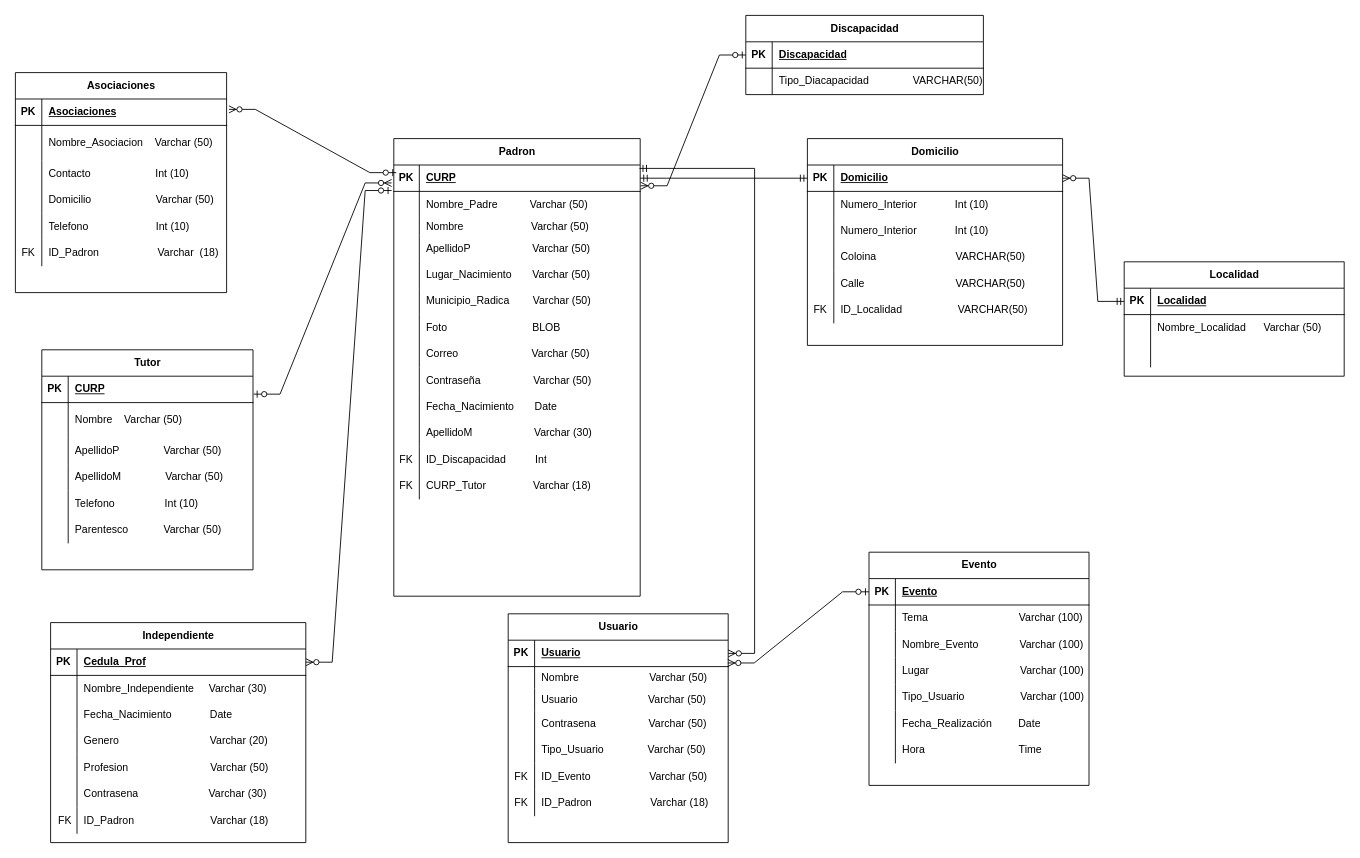
Earlier version of the draw.io diagram Relacional.drawio (OSCARCH2002/diagramas). Source tidied: cells renumbered, new cells numbered last; positions are measured from the earlier drawing's top-left corner, leaving out a move shared by most shapes. Both pictures are drawn from the tidied source at 88%, with x=0, y=0 at pixel (15, 15).
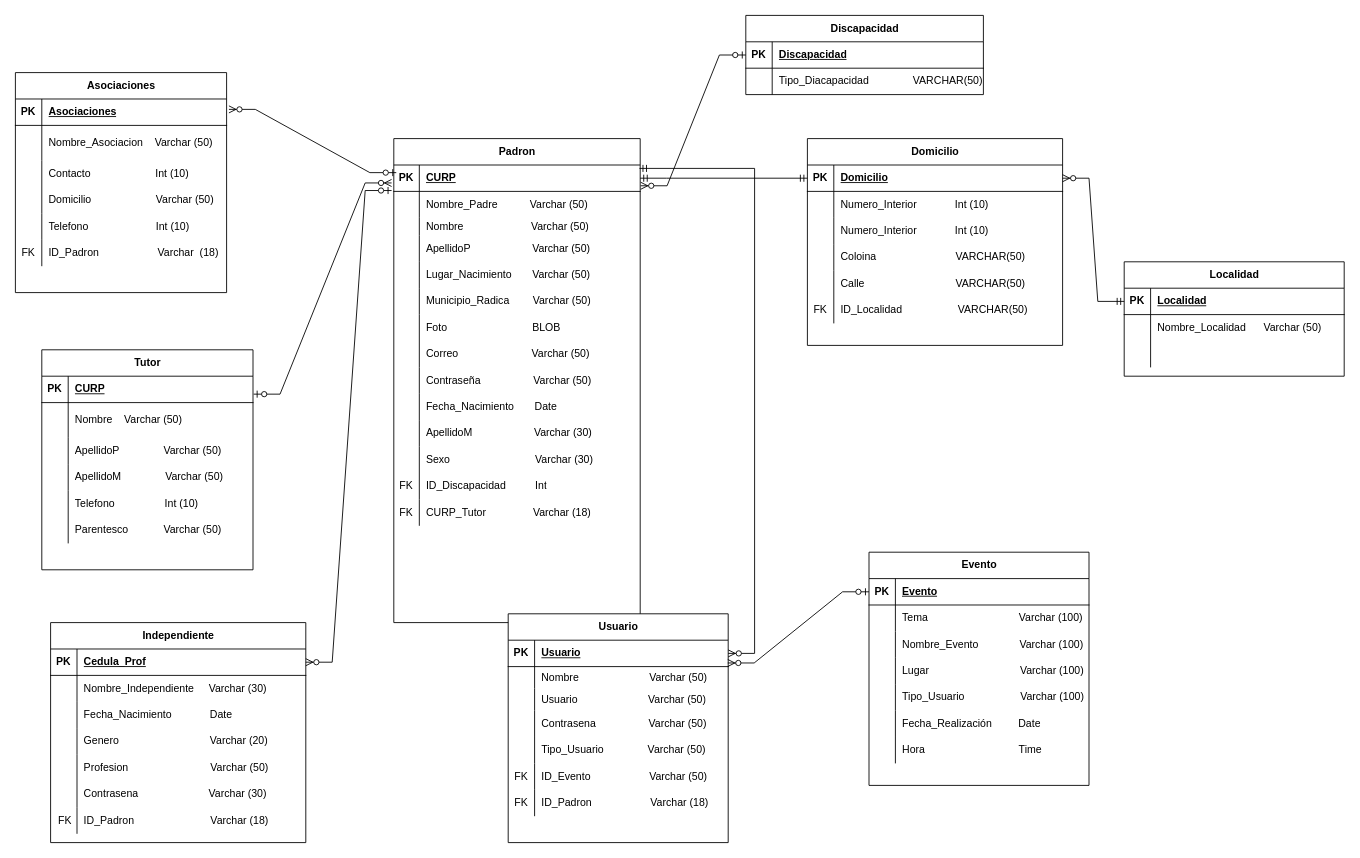
The same diagram, later.

The edit, as a diff of the source:
```diff
@@
     <mxCell id="21" value="Padron" style="shape=table;startSize=30;childLayout=tableLayout;rowLines=0;fontStyle=1;align=center;html=1;" parent="1" vertex="1">
-      <mxGeometry x="430" y="140" width="280" height="520" as="geometry" />
+      <mxGeometry x="430" y="140" width="280" height="550" as="geometry" />
     </mxCell>
@@
+    <mxCell id="198" style="shape=tableRow;horizontal=0;startSize=0;swimlaneHead=0;swimlaneBody=0;fillColor=none;top=0;left=0;right=0;bottom=0;" parent="21" vertex="1">
+      <mxGeometry y="350" width="280" height="30" as="geometry" />
+    </mxCell>
+    <mxCell id="199" style="shape=partialRectangle;fillColor=none;top=0;left=0;bottom=0;right=0;overflow=hidden;whiteSpace=wrap;html=1;" parent="198" vertex="1">
+      <mxGeometry width="29" height="30" as="geometry" />
+    </mxCell>
+    <mxCell id="200" value="Sexo&amp;nbsp; &amp;nbsp; &amp;nbsp; &amp;nbsp; &amp;nbsp; &amp;nbsp; &amp;nbsp; &amp;nbsp; &amp;nbsp; &amp;nbsp; &amp;nbsp; &amp;nbsp; &amp;nbsp; &amp;nbsp; &amp;nbsp;Varchar (30)" style="shape=partialRectangle;fillColor=none;top=0;left=0;bottom=0;right=0;align=left;spacingLeft=6;overflow=hidden;whiteSpace=wrap;html=1;" parent="198" vertex="1">
+      <mxGeometry x="29" width="251" height="30" as="geometry" />
+    </mxCell>
     <mxCell id="55" style="shape=tableRow;horizontal=0;startSize=0;swimlaneHead=0;swimlaneBody=0;fillColor=none;top=0;left=0;right=0;bottom=0;" parent="21" vertex="1">
-      <mxGeometry y="350" width="280" height="30" as="geometry" />
+      <mxGeometry y="380" width="280" height="30" as="geometry" />
     </mxCell>
@@
     <mxCell id="58" style="shape=tableRow;horizontal=0;startSize=0;swimlaneHead=0;swimlaneBody=0;fillColor=none;top=0;left=0;right=0;bottom=0;" parent="21" vertex="1">
-      <mxGeometry y="380" width="280" height="30" as="geometry" />
+      <mxGeometry y="410" width="280" height="30" as="geometry" />
     </mxCell>
```
